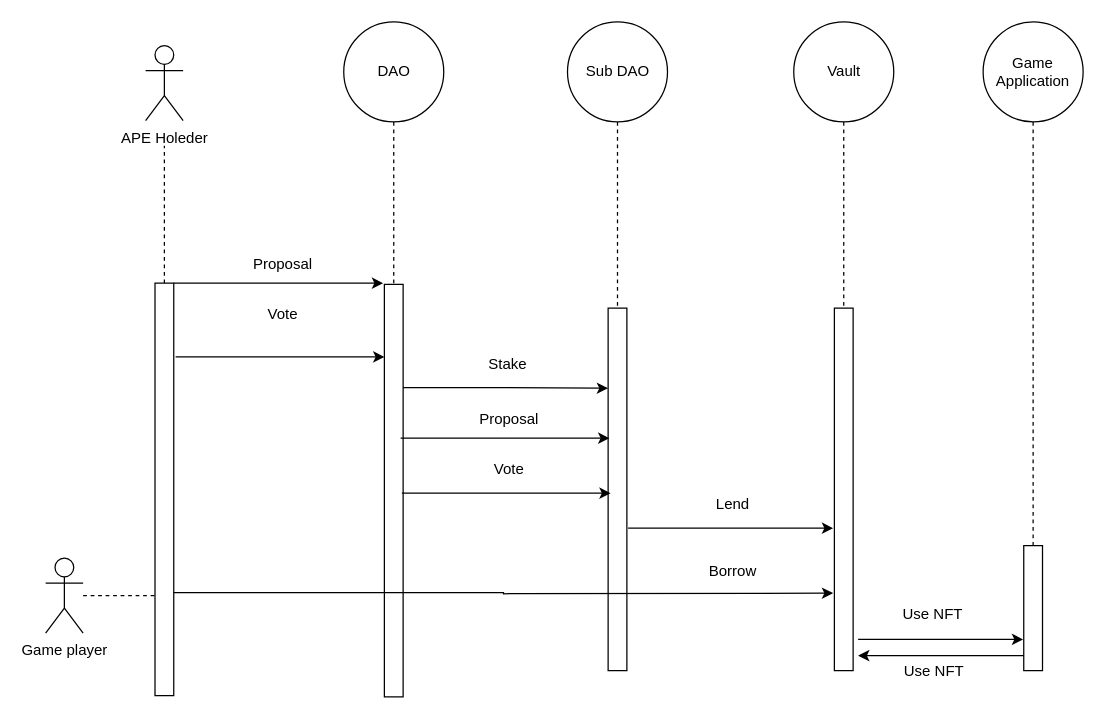
ali-05-ahmed/Concept-Diagrams keeps this draw.io diagram as ApeAIPstickflow.drawio. Above is the earlier version. Source tidied: cells renumbered, new cells numbered last; positions are measured from the earlier drawing's top-left corner, leaving out a move shared by most shapes. Both pictures are drawn from the tidied source at 125%, with x=0, y=0 at pixel (45, 21).
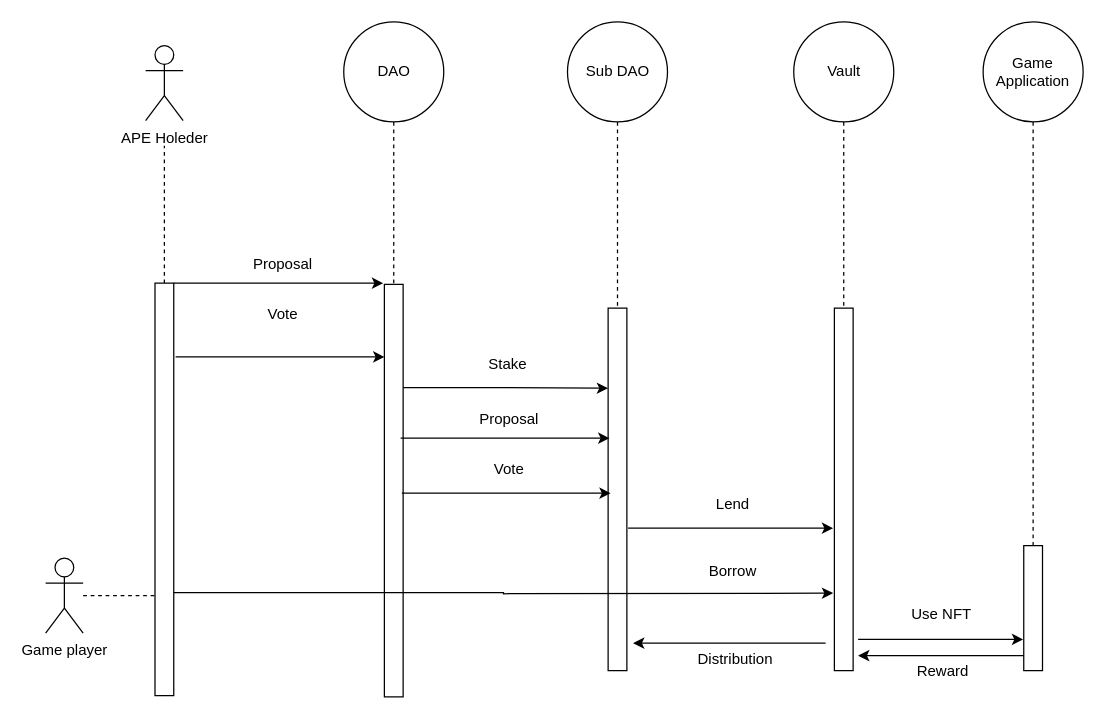
After the change.

Diff of the diagram source:
```diff
@@
     <mxCell id="34" value="Use NFT" style="text;html=1;strokeColor=none;fillColor=none;align=center;verticalAlign=middle;whiteSpace=wrap;rounded=0;" parent="1" vertex="1">
-      <mxGeometry x="680" y="459" width="60" height="30" as="geometry" />
+      <mxGeometry x="687" y="459" width="60" height="30" as="geometry" />
     </mxCell>
@@
-    <mxCell id="36" value="Use NFT" style="text;html=1;strokeColor=none;fillColor=none;align=center;verticalAlign=middle;whiteSpace=wrap;rounded=0;" parent="1" vertex="1">
-      <mxGeometry x="681" y="505" width="60" height="30" as="geometry" />
+    <mxCell id="36" value="Reward" style="text;html=1;strokeColor=none;fillColor=none;align=center;verticalAlign=middle;whiteSpace=wrap;rounded=0;" parent="1" vertex="1">
+      <mxGeometry x="688" y="505" width="60" height="30" as="geometry" />
     </mxCell>
+    <mxCell id="37" style="edgeStyle=orthogonalEdgeStyle;rounded=0;orthogonalLoop=1;jettySize=auto;html=1;" parent="1" edge="1">
+      <mxGeometry relative="1" as="geometry">
+        <mxPoint x="624" y="497" as="sourcePoint" />
+        <mxPoint x="470" y="497" as="targetPoint" />
+        <Array as="points">
+          <mxPoint x="591" y="497" />
+          <mxPoint x="591" y="497" />
+        </Array>
+      </mxGeometry>
+    </mxCell>
+    <mxCell id="38" value="Distribution" style="text;html=1;strokeColor=none;fillColor=none;align=center;verticalAlign=middle;whiteSpace=wrap;rounded=0;" parent="1" vertex="1">
+      <mxGeometry x="522" y="495" width="60" height="30" as="geometry" />
+    </mxCell>
```
